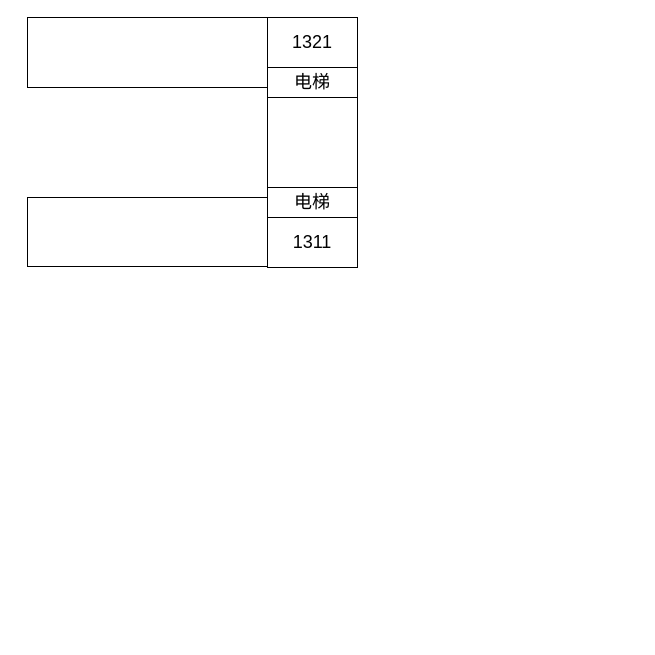
Above: page "新疆兵团" (6 of 6) of 红盾.drawio in igaotang/flowchart (draw.io), before the change. Source tidied: cells renumbered, new cells numbered last; positions are measured from the earlier drawing's top-left corner, leaving out a move shared by most shapes. Both pictures are drawn from the tidied source at 100%, with x=0, y=0 at pixel (27, 17).
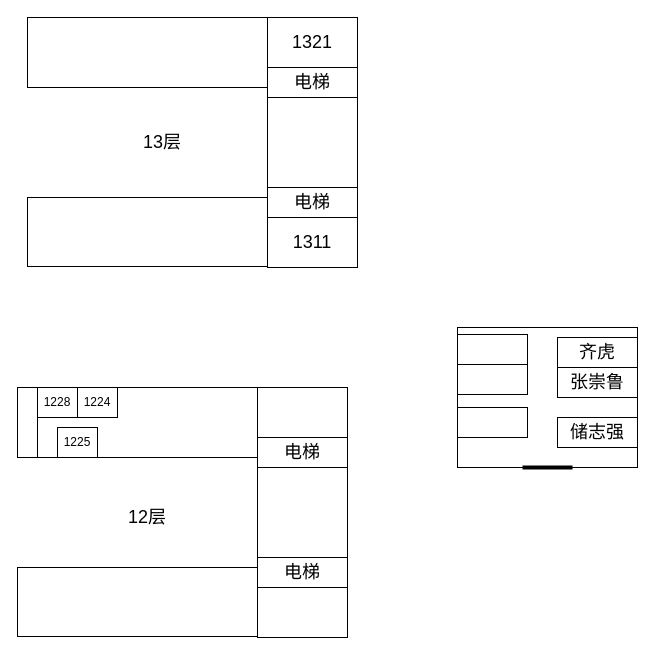
After the change.

Change to the diagram source:
```diff
@@
+    <mxCell id="9" style="rounded=0;whiteSpace=wrap;html=1;" parent="1" vertex="1">
+      <mxGeometry x="-10" y="370" width="330" height="70" as="geometry" />
+    </mxCell>
+    <mxCell id="10" style="rounded=0;whiteSpace=wrap;html=1;" parent="1" vertex="1">
+      <mxGeometry x="230" y="370" width="90" height="250" as="geometry" />
+    </mxCell>
+    <mxCell id="11" style="rounded=0;whiteSpace=wrap;html=1;" parent="1" vertex="1">
+      <mxGeometry x="-10" y="550" width="240" height="69" as="geometry" />
+    </mxCell>
+    <mxCell id="12" style="rounded=0;whiteSpace=wrap;html=1;fillColor=none;strokeColor=default;" parent="1" vertex="1">
+      <mxGeometry x="-10" y="370" width="20" height="70" as="geometry" />
+    </mxCell>
+    <mxCell id="13" value="&lt;span style=&quot;font-size: 18px;&quot;&gt;电梯&lt;/span&gt;" style="rounded=0;whiteSpace=wrap;html=1;fillColor=none;strokeColor=default;" parent="1" vertex="1">
+      <mxGeometry x="230" y="420" width="90" height="30" as="geometry" />
+    </mxCell>
+    <mxCell id="14" value="&lt;span style=&quot;font-size: 18px;&quot;&gt;电梯&lt;/span&gt;" style="rounded=0;whiteSpace=wrap;html=1;fillColor=none;strokeColor=default;" parent="1" vertex="1">
+      <mxGeometry x="230" y="540" width="90" height="30" as="geometry" />
+    </mxCell>
+    <mxCell id="15" value="&lt;font style=&quot;font-size: 18px;&quot;&gt;13层&lt;/font&gt;" style="rounded=0;whiteSpace=wrap;html=1;fillColor=none;strokeColor=none;" parent="1" vertex="1">
+      <mxGeometry x="90" y="100" width="90" height="50" as="geometry" />
+    </mxCell>
+    <mxCell id="16" value="&lt;font style=&quot;font-size: 18px;&quot;&gt;12层&lt;/font&gt;" style="rounded=0;whiteSpace=wrap;html=1;fillColor=none;strokeColor=none;" parent="1" vertex="1">
+      <mxGeometry x="75" y="475" width="90" height="50" as="geometry" />
+    </mxCell>
+    <mxCell id="17" value="1228" style="rounded=0;whiteSpace=wrap;html=1;fillColor=none;strokeColor=default;" parent="1" vertex="1">
+      <mxGeometry x="10" y="370" width="40" height="30" as="geometry" />
+    </mxCell>
+    <mxCell id="18" value="1224" style="rounded=0;whiteSpace=wrap;html=1;fillColor=none;strokeColor=default;" parent="1" vertex="1">
+      <mxGeometry x="50" y="370" width="40" height="30" as="geometry" />
+    </mxCell>
+    <mxCell id="19" value="1225" style="rounded=0;whiteSpace=wrap;html=1;fillColor=none;strokeColor=default;" parent="1" vertex="1">
+      <mxGeometry x="30" y="410" width="40" height="30" as="geometry" />
+    </mxCell>
+    <mxCell id="20" style="rounded=0;whiteSpace=wrap;html=1;" parent="1" vertex="1">
+      <mxGeometry x="430" y="310" width="180" height="140" as="geometry" />
+    </mxCell>
+    <mxCell id="21" style="endArrow=none;html=1;rounded=0;strokeWidth=4;" parent="1" edge="1">
+      <mxGeometry relative="1" as="geometry">
+        <mxPoint x="495" y="450" as="sourcePoint" />
+        <mxPoint x="545" y="450" as="targetPoint" />
+      </mxGeometry>
+    </mxCell>
+    <mxCell id="22" value="&lt;span style=&quot;font-size: 18px;&quot;&gt;储志强&lt;/span&gt;" style="rounded=0;whiteSpace=wrap;html=1;fillColor=none;strokeColor=default;" parent="1" vertex="1">
+      <mxGeometry x="530" y="400" width="80" height="30" as="geometry" />
+    </mxCell>
+    <mxCell id="23" value="&lt;span style=&quot;font-size: 18px;&quot;&gt;齐虎&lt;/span&gt;" style="rounded=0;whiteSpace=wrap;html=1;fillColor=none;strokeColor=default;" parent="1" vertex="1">
+      <mxGeometry x="530" y="320" width="80" height="30" as="geometry" />
+    </mxCell>
+    <mxCell id="24" value="&lt;span style=&quot;font-size: 18px;&quot;&gt;张崇鲁&lt;/span&gt;" style="rounded=0;whiteSpace=wrap;html=1;fillColor=none;strokeColor=default;" parent="1" vertex="1">
+      <mxGeometry x="530" y="350" width="80" height="30" as="geometry" />
+    </mxCell>
+    <mxCell id="25" style="rounded=0;whiteSpace=wrap;html=1;fillColor=none;strokeColor=default;" parent="1" vertex="1">
+      <mxGeometry x="430" y="317" width="70" height="30" as="geometry" />
+    </mxCell>
+    <mxCell id="26" style="rounded=0;whiteSpace=wrap;html=1;fillColor=none;strokeColor=default;" parent="1" vertex="1">
+      <mxGeometry x="430" y="347" width="70" height="30" as="geometry" />
+    </mxCell>
+    <mxCell id="27" style="rounded=0;whiteSpace=wrap;html=1;fillColor=none;strokeColor=default;" parent="1" vertex="1">
+      <mxGeometry x="430" y="390" width="70" height="30" as="geometry" />
+    </mxCell>
```
